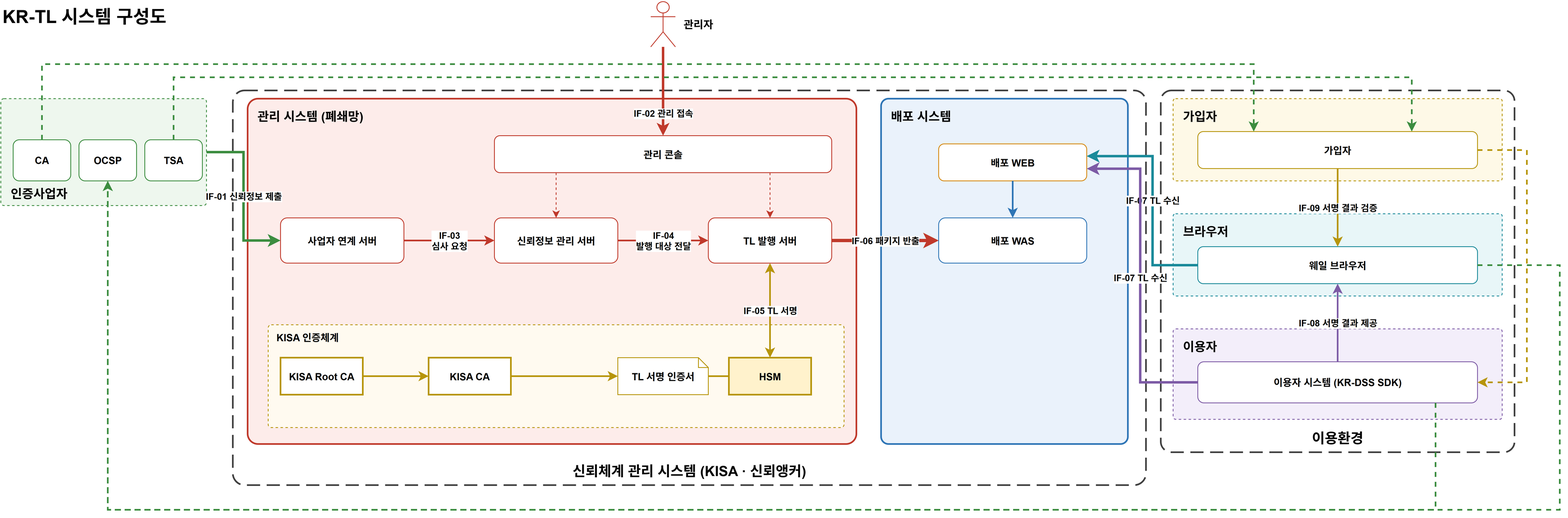
Before: docs/design/KR-TL-관리시스템/diagrams/krtl-system.drawio.png, a diagram exported from draw.io (yongsungkim-electcerti/kr-dss). Source tidied: cells renumbered, new cells last; positions are measured from the earlier drawing's top-left corner, leaving out a move shared by most shapes.
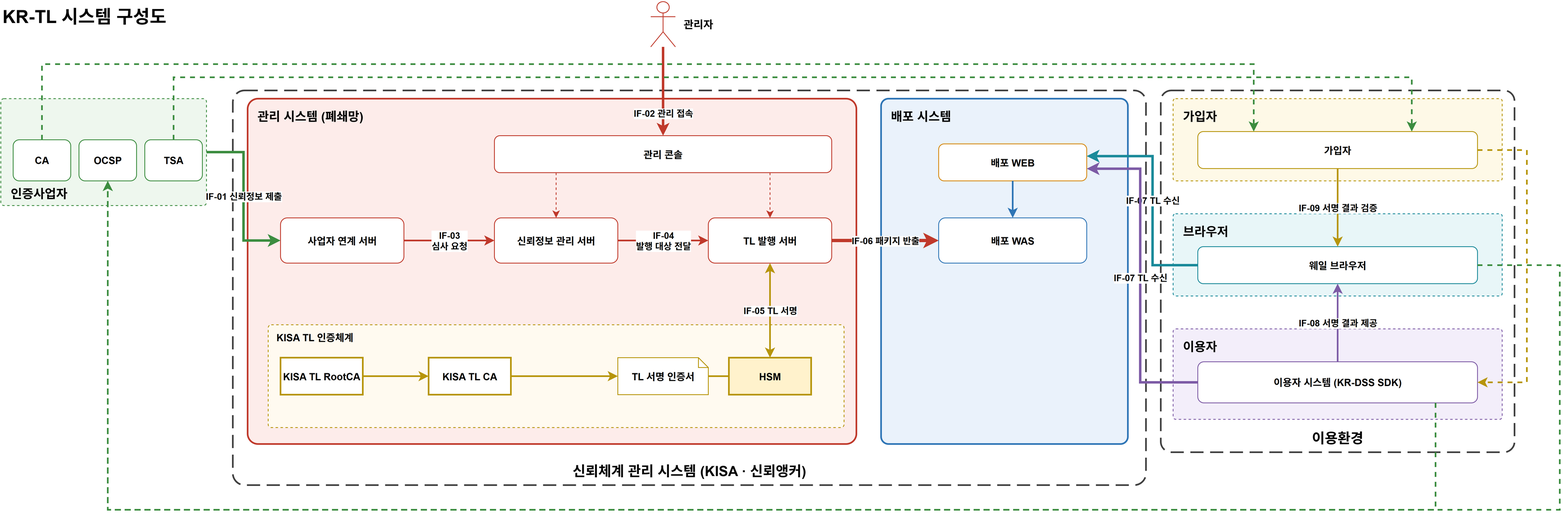
The same diagram one commit later.

Commit message:
docs(kr-tl): 설계 진행 계획(D0~D11)과 D4 인증체계 설계 추가 [claude]

What changed in the source:
```diff
@@ -17,7 +17,7 @@
     <mxCell id="6" value="관리 시스템 (폐쇄망)" style="rounded=1;arcSize=3;fillColor=#fdecea;strokeColor=#c0392b;strokeWidth=2;fontStyle=1;verticalAlign=top;align=left;spacingLeft=10;spacingTop=6;fontSize=15;" parent="1" vertex="1">
       <mxGeometry x="300" y="120" width="740" height="420" as="geometry" />
     </mxCell>
-    <mxCell id="7" value="KISA 인증체계" style="rounded=1;arcSize=3;dashed=1;fillColor=#fffaf0;strokeColor=#b7950b;strokeWidth=1;fontStyle=1;verticalAlign=top;align=left;spacingLeft=8;spacingTop=2;fontSize=12;" parent="1" vertex="1">
+    <mxCell id="7" value="KISA TL 인증체계" style="rounded=1;arcSize=3;dashed=1;fillColor=#fffaf0;strokeColor=#b7950b;strokeWidth=1;fontStyle=1;verticalAlign=top;align=left;spacingLeft=8;spacingTop=2;fontSize=12;" parent="1" vertex="1">
       <mxGeometry x="325" y="395" width="700" height="125" as="geometry" />
     </mxCell>
     <mxCell id="8" value="배포 시스템" style="rounded=1;arcSize=3;fillColor=#eaf2fb;strokeColor=#2e75b6;strokeWidth=2;fontStyle=1;verticalAlign=top;align=left;spacingLeft=10;spacingTop=6;fontSize=15;" parent="1" vertex="1">
@@ -56,10 +56,10 @@
     <mxCell id="19" value="TL 발행 서버" style="rounded=1;whiteSpace=wrap;html=1;fillColor=#ffffff;strokeColor=#c0392b;strokeWidth=1;fontStyle=1;" parent="1" vertex="1">
       <mxGeometry x="860" y="265" width="150" height="55" as="geometry" />
     </mxCell>
-    <mxCell id="20" value="KISA Root CA" style="rounded=0;whiteSpace=wrap;html=1;fillColor=#ffffff;strokeColor=#b7950b;strokeWidth=2;fontStyle=1;" parent="1" vertex="1">
+    <mxCell id="20" value="KISA TL RootCA" style="rounded=0;whiteSpace=wrap;html=1;fillColor=#ffffff;strokeColor=#b7950b;strokeWidth=2;fontStyle=1;" parent="1" vertex="1">
       <mxGeometry x="340" y="435" width="100" height="45" as="geometry" />
     </mxCell>
-    <mxCell id="21" value="KISA CA" style="rounded=0;whiteSpace=wrap;html=1;fillColor=#ffffff;strokeColor=#b7950b;strokeWidth=2;fontStyle=1;" parent="1" vertex="1">
+    <mxCell id="21" value="KISA TL CA" style="rounded=0;whiteSpace=wrap;html=1;fillColor=#ffffff;strokeColor=#b7950b;strokeWidth=2;fontStyle=1;" parent="1" vertex="1">
       <mxGeometry x="520" y="435" width="100" height="45" as="geometry" />
     </mxCell>
     <mxCell id="22" value="TL 서명 인증서" style="shape=note;size=12;whiteSpace=wrap;html=1;fillColor=#ffffff;strokeColor=#b7950b;strokeWidth=1;fontStyle=1;" parent="1" vertex="1">
```
